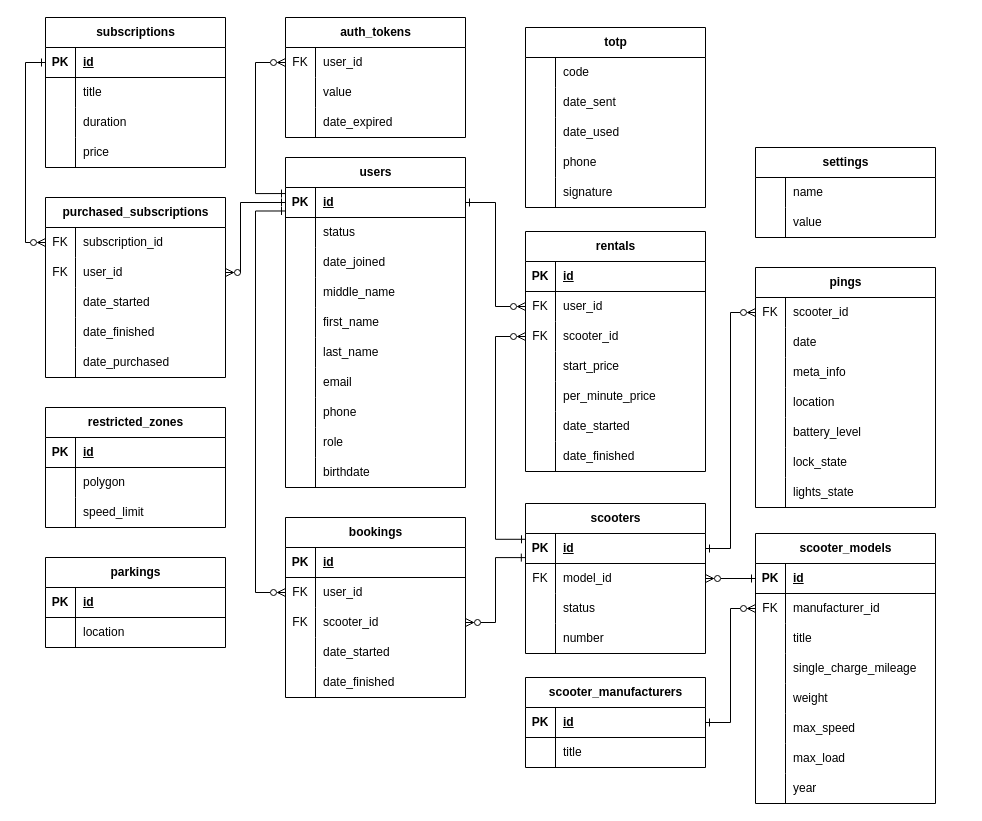
The draw.io diagram note/inc/img/db.drawio in matveycodes/bmstu-db-cw, before the edit. Source tidied: cells renumbered, new cells numbered last; positions are measured from the earlier drawing's top-left corner, leaving out a move shared by most shapes. Both pictures are drawn from the tidied source at 100%, with x=0, y=0 at pixel (45, 17).
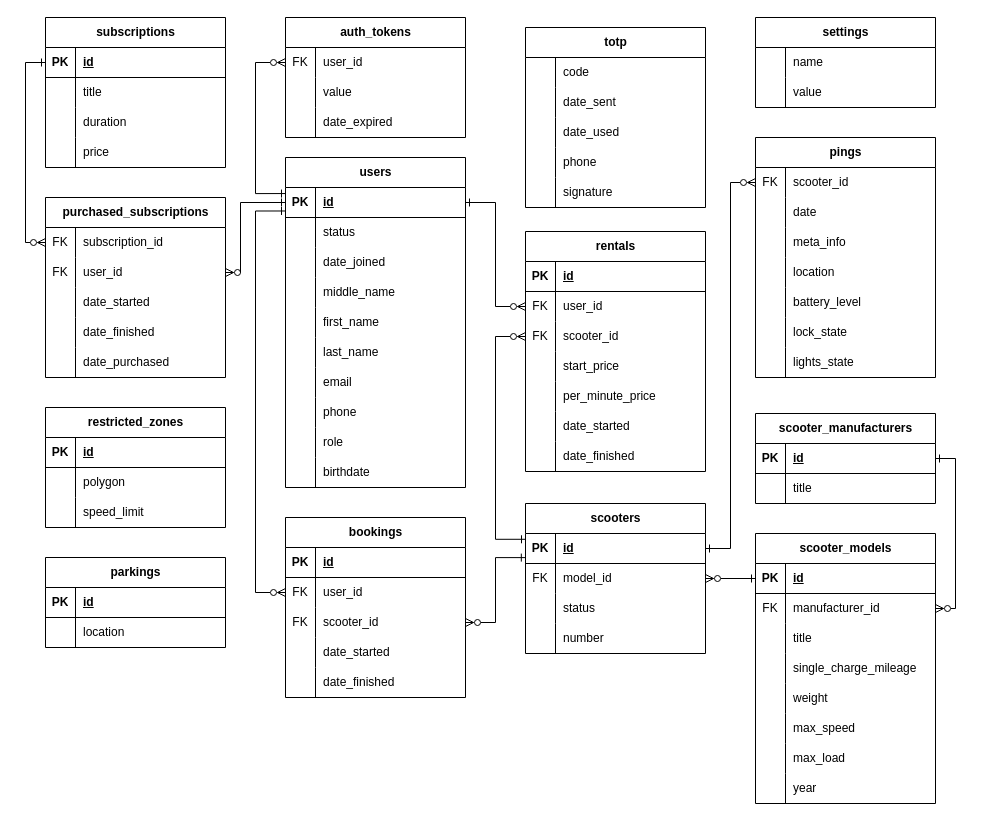
Above is the later version.

Unchanged cells that the change refers to:
```xml
<mxCell id="131" style="shape=tableRow;horizontal=0;startSize=0;swimlaneHead=0;swimlaneBody=0;fillColor=none;points=[[0,0.5],[1,0.5]];portConstraint=eastwest;top=0;left=0;right=0;bottom=1;" parent="130" vertex="1">
  <mxGeometry y="30" width="180" height="30" as="geometry" />
</mxCell>
<mxCell id="141" style="shape=tableRow;horizontal=0;startSize=0;swimlaneHead=0;swimlaneBody=0;fillColor=none;points=[[0,0.5],[1,0.5]];portConstraint=eastwest;top=0;left=0;right=0;bottom=0;" parent="137" vertex="1">
  <mxGeometry y="60" width="180" height="30" as="geometry" />
</mxCell>
```

Change to the diagram source:
```diff
@@
     <mxCell id="32" value="pings" style="shape=table;startSize=30;childLayout=tableLayout;rowLines=0;fontStyle=1;align=center;html=1;" parent="1" vertex="1">
-      <mxGeometry x="710" y="250" width="180" height="240" as="geometry" />
+      <mxGeometry x="710" y="120" width="180" height="240" as="geometry" />
     </mxCell>
@@
     <mxCell id="76" value="settings" style="shape=table;startSize=30;childLayout=tableLayout;rowLines=0;fontStyle=1;align=center;html=1;" parent="1" vertex="1">
-      <mxGeometry x="710" y="130" width="180" height="90" as="geometry" />
+      <mxGeometry x="710" width="180" height="90" as="geometry" />
     </mxCell>
@@
     <mxCell id="130" value="scooter_manufacturers" style="shape=table;startSize=30;childLayout=tableLayout;rowLines=0;fontStyle=1;align=center;html=1;" parent="1" vertex="1">
-      <mxGeometry x="480" y="660" width="180" height="90" as="geometry" />
+      <mxGeometry x="710" y="396" width="180" height="90" as="geometry" />
     </mxCell>
@@
-    <mxCell id="163" style="edgeStyle=orthogonalEdgeStyle;rounded=0;jettySize=auto;html=1;exitX=0;exitY=0.5;exitDx=0;exitDy=0;entryX=1;entryY=0.5;entryDx=0;entryDy=0;endArrow=ERone;endFill=0;startArrow=ERzeroToMany;startFill=0;" parent="1" edge="1" source="141" target="131">
+    <mxCell id="163" style="edgeStyle=orthogonalEdgeStyle;rounded=0;jettySize=auto;html=1;exitX=1;exitY=0.5;exitDx=0;exitDy=0;entryX=1;entryY=0.5;entryDx=0;entryDy=0;endArrow=ERone;endFill=0;startArrow=ERzeroToMany;startFill=0;" parent="1" edge="1" source="141" target="131">
       <mxGeometry relative="1" as="geometry" />
     </mxCell>
```
